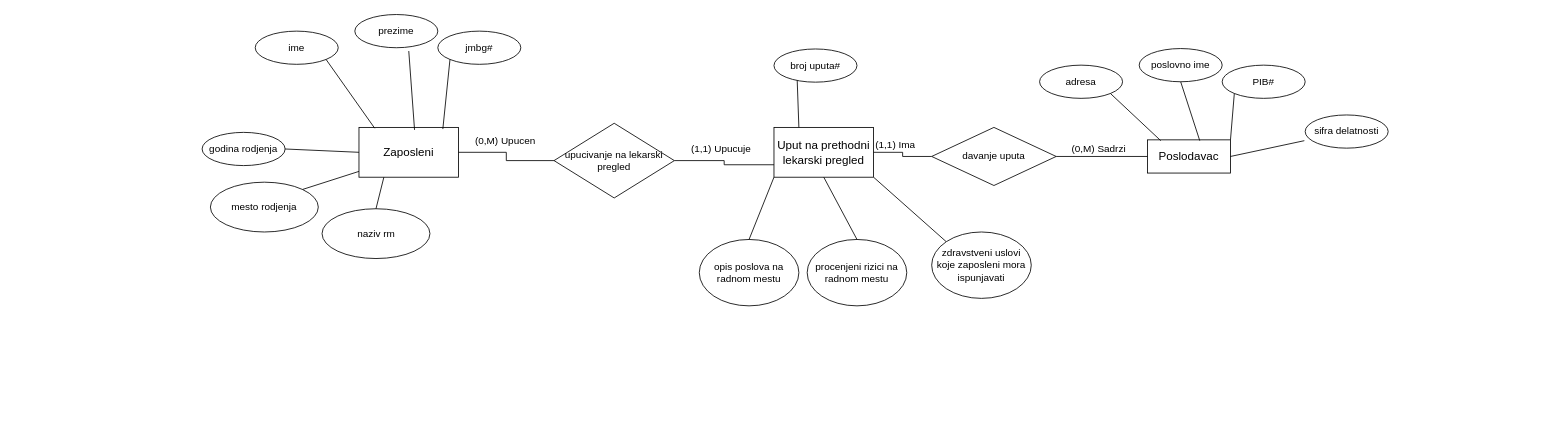
The draw.io diagram mov/uput - mov.drawio in 159753x/baze3, before the edit. Source tidied: cells renumbered, new cells numbered last; positions are measured from the earlier drawing's top-left corner, leaving out a move shared by most shapes. Both pictures are drawn from the tidied source at 83%, with x=0, y=0 at pixel (202, 14).
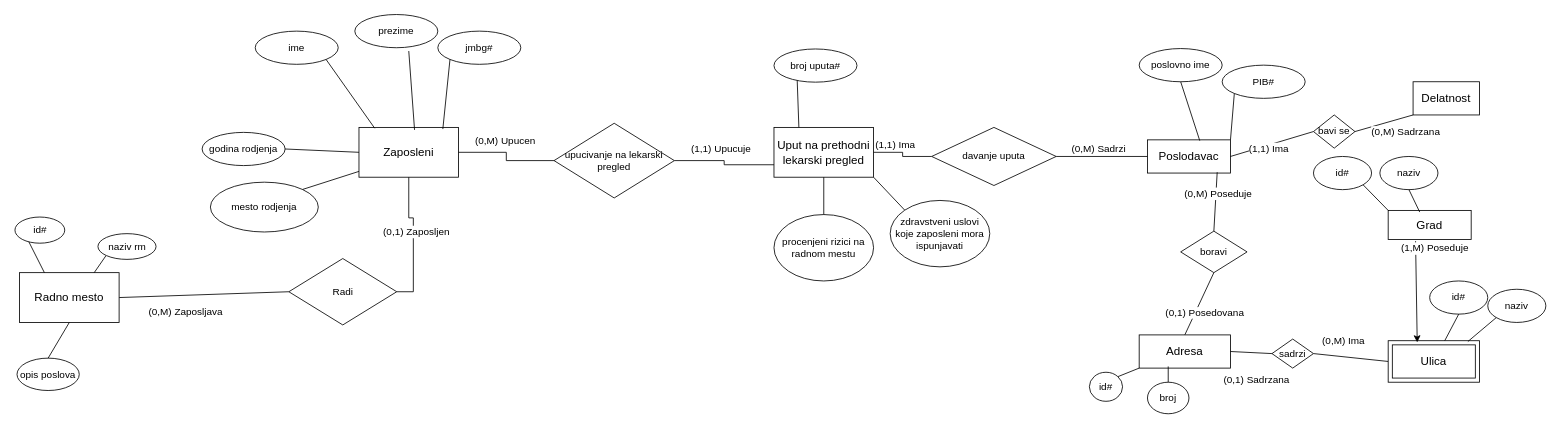
Above is the later version.

The change refers to these unchanged cells:
```xml
<mxCell id="3" value="Uput na prethodni lekarski pregled" style="rounded=0;whiteSpace=wrap;html=1;fontSize=14;" parent="1" vertex="1">
  <mxGeometry x="689" y="136" width="120" height="60" as="geometry" />
</mxCell>
<mxCell id="4" value="&lt;font style=&quot;font-size: 14px;&quot;&gt;Poslodavac&lt;/font&gt;" style="whiteSpace=wrap;html=1;align=center;" parent="1" vertex="1">
  <mxGeometry x="1139" y="151" width="100" height="40" as="geometry" />
</mxCell>
<mxCell id="20" value="Zaposleni" style="rounded=0;whiteSpace=wrap;html=1;fontSize=14;" parent="1" vertex="1">
  <mxGeometry x="189" y="136" width="120" height="60" as="geometry" />
</mxCell>
```

What changed in the source:
```diff
@@
-    <mxCell id="10" value="adresa" style="ellipse;whiteSpace=wrap;html=1;align=center;" parent="1" vertex="1">
-      <mxGeometry x="1009" y="61" width="100" height="40" as="geometry" />
-    </mxCell>
-    <mxCell id="11" style="endArrow=none;html=1;rounded=0;entryX=0.16;entryY=0.025;entryDx=0;entryDy=0;exitX=1;exitY=1;exitDx=0;exitDy=0;entryPerimeter=0;" parent="1" edge="1" source="10" target="4">
-      <mxGeometry relative="1" as="geometry" />
-    </mxCell>
@@
-    <mxCell id="18" value="sifra delatnosti" style="ellipse;whiteSpace=wrap;html=1;align=center;" parent="1" vertex="1">
-      <mxGeometry x="1329" y="121" width="100" height="40" as="geometry" />
-    </mxCell>
-    <mxCell id="19" style="endArrow=none;html=1;rounded=0;entryX=1;entryY=0.5;entryDx=0;entryDy=0;exitX=-0.01;exitY=0.775;exitDx=0;exitDy=0;exitPerimeter=0;" parent="1" edge="1" source="18" target="4">
+    <mxCell id="19" style="endArrow=none;html=1;rounded=0;entryX=1;entryY=0.5;entryDx=0;entryDy=0;exitX=0;exitY=0.5;exitDx=0;exitDy=0;" parent="1" edge="1" source="81" target="4">
       <mxGeometry relative="1" as="geometry" />
     </mxCell>
@@
-    <mxCell id="36" value="naziv rm" style="ellipse;whiteSpace=wrap;html=1;align=center;" parent="1" vertex="1">
-      <mxGeometry x="144.5" y="234" width="130" height="60" as="geometry" />
-    </mxCell>
-    <mxCell id="37" style="endArrow=none;html=1;rounded=0;entryX=0.25;entryY=1;entryDx=0;entryDy=0;exitX=0.5;exitY=0;exitDx=0;exitDy=0;" parent="1" edge="1" source="36" target="20">
-      <mxGeometry relative="1" as="geometry" />
-    </mxCell>
-    <mxCell id="38" value="opis poslova na radnom mestu" style="ellipse;whiteSpace=wrap;html=1;" parent="1" vertex="1">
-      <mxGeometry x="599" y="271" width="120" height="80" as="geometry" />
-    </mxCell>
-    <mxCell id="39" style="rounded=0;jettySize=auto;html=1;exitX=0.5;exitY=0;exitDx=0;exitDy=0;entryX=0;entryY=1;entryDx=0;entryDy=0;endArrow=none;endFill=0;" parent="1" edge="1" source="38" target="3">
-      <mxGeometry relative="1" as="geometry" />
-    </mxCell>
     <mxCell id="40" value="procenjeni rizici na radnom mestu" style="ellipse;whiteSpace=wrap;html=1;" parent="1" vertex="1">
-      <mxGeometry x="729" y="271" width="120" height="80" as="geometry" />
+      <mxGeometry x="689" y="241" width="120" height="80" as="geometry" />
     </mxCell>
@@
     <mxCell id="42" value="zdravstveni uslovi koje zaposleni mora ispunjavati" style="ellipse;whiteSpace=wrap;html=1;" parent="1" vertex="1">
-      <mxGeometry x="879" y="262" width="120" height="80" as="geometry" />
+      <mxGeometry x="829" y="224" width="120" height="80" as="geometry" />
     </mxCell>
+    <mxCell id="43" style="rounded=0;jettySize=auto;html=1;exitX=0.5;exitY=0;exitDx=0;exitDy=0;startArrow=none;startFill=0;endArrow=none;endFill=0;entryX=0.84;entryY=0.975;entryDx=0;entryDy=0;entryPerimeter=0;" parent="1" edge="1" source="46" target="4">
+      <mxGeometry relative="1" as="geometry" />
+    </mxCell>
+    <mxCell id="44" value="&lt;font style=&quot;font-size: 12px;&quot;&gt;(0,M) Poseduje&lt;/font&gt;" style="edgeLabel;html=1;align=center;verticalAlign=middle;" parent="43" vertex="1">
+      <mxGeometry x="0.3" y="-2" relative="1" as="geometry" />
+    </mxCell>
+    <mxCell id="45" style="rounded=0;jettySize=auto;html=1;exitX=0.5;exitY=1;exitDx=0;exitDy=0;startArrow=none;startFill=0;endArrow=none;endFill=0;entryX=0.5;entryY=0;entryDx=0;entryDy=0;" parent="1" edge="1" source="46" target="48">
+      <mxGeometry relative="1" as="geometry" />
+    </mxCell>
+    <mxCell id="46" value="boravi" style="rhombus;whiteSpace=wrap;html=1;" parent="1" vertex="1">
+      <mxGeometry x="1179" y="261" width="80" height="50" as="geometry" />
+    </mxCell>
+    <mxCell id="47" style="rounded=0;jettySize=auto;html=1;exitX=1;exitY=0.5;exitDx=0;exitDy=0;entryX=0;entryY=0.5;entryDx=0;entryDy=0;endArrow=none;endFill=0;" parent="1" edge="1" source="60" target="53">
+      <mxGeometry relative="1" as="geometry" />
+    </mxCell>
+    <mxCell id="48" value="&lt;font style=&quot;font-size: 14px;&quot;&gt;Adresa&lt;/font&gt;" style="rounded=0;whiteSpace=wrap;html=1;" parent="1" vertex="1">
+      <mxGeometry x="1129" y="386" width="110" height="40" as="geometry" />
+    </mxCell>
+    <mxCell id="49" value="&lt;font style=&quot;font-size: 14px;&quot;&gt;Grad&lt;/font&gt;" style="rounded=0;whiteSpace=wrap;html=1;" parent="1" vertex="1">
+      <mxGeometry x="1429" y="236" width="100" height="35" as="geometry" />
+    </mxCell>
+    <mxCell id="50" value="naziv" style="ellipse;whiteSpace=wrap;html=1;" parent="1" vertex="1">
+      <mxGeometry x="1419" y="171" width="70" height="40" as="geometry" />
+    </mxCell>
+    <mxCell id="51" style="rounded=0;jettySize=auto;html=1;exitX=1;exitY=1;exitDx=0;exitDy=0;entryX=0;entryY=0;entryDx=0;entryDy=0;endArrow=none;endFill=0;" parent="1" edge="1" source="52" target="49">
+      <mxGeometry relative="1" as="geometry" />
+    </mxCell>
+    <mxCell id="52" value="id#" style="ellipse;whiteSpace=wrap;html=1;" parent="1" vertex="1">
+      <mxGeometry x="1339" y="171" width="70" height="40" as="geometry" />
+    </mxCell>
+    <mxCell id="53" value="&lt;font style=&quot;font-size: 14px;&quot;&gt;Ulica&lt;/font&gt;" style="shape=ext;margin=3;double=1;whiteSpace=wrap;html=1;align=center;rounded=0;" parent="1" vertex="1">
+      <mxGeometry x="1429" y="393" width="110" height="50" as="geometry" />
+    </mxCell>
+    <mxCell id="54" style="rounded=0;jettySize=auto;html=1;exitX=0.33;exitY=1.057;exitDx=0;exitDy=0;entryX=0.318;entryY=0.04;entryDx=0;entryDy=0;entryPerimeter=0;exitPerimeter=0;" parent="1" edge="1" source="49" target="53">
+      <mxGeometry relative="1" as="geometry" />
+    </mxCell>
+    <mxCell id="55" value="naziv" style="ellipse;whiteSpace=wrap;html=1;" parent="1" vertex="1">
+      <mxGeometry x="1549" y="331" width="70" height="40" as="geometry" />
+    </mxCell>
+    <mxCell id="56" value="id#" style="ellipse;whiteSpace=wrap;html=1;" parent="1" vertex="1">
+      <mxGeometry x="1479" y="321" width="70" height="40" as="geometry" />
+    </mxCell>
+    <mxCell id="57" style="rounded=0;jettySize=auto;html=1;exitX=0.5;exitY=1;exitDx=0;exitDy=0;endArrow=none;endFill=0;" parent="1" edge="1" source="56" target="53">
+      <mxGeometry relative="1" as="geometry" />
+    </mxCell>
+    <mxCell id="58" style="rounded=0;jettySize=auto;html=1;exitX=0;exitY=1;exitDx=0;exitDy=0;entryX=0.873;entryY=0.02;entryDx=0;entryDy=0;entryPerimeter=0;endArrow=none;endFill=0;" parent="1" edge="1" source="55" target="53">
+      <mxGeometry relative="1" as="geometry" />
+    </mxCell>
+    <mxCell id="59" style="rounded=0;jettySize=auto;html=1;exitX=1;exitY=0.5;exitDx=0;exitDy=0;entryX=0;entryY=0.5;entryDx=0;entryDy=0;endArrow=none;endFill=0;" parent="1" edge="1" source="48" target="60">
+      <mxGeometry relative="1" as="geometry" />
+    </mxCell>
+    <mxCell id="60" value="sadrzi" style="rhombus;whiteSpace=wrap;html=1;" parent="1" vertex="1">
+      <mxGeometry x="1289" y="391" width="50" height="35" as="geometry" />
+    </mxCell>
+    <mxCell id="61" value="broj" style="ellipse;whiteSpace=wrap;html=1;" parent="1" vertex="1">
+      <mxGeometry x="1139" y="443" width="50" height="38" as="geometry" />
+    </mxCell>
+    <mxCell id="62" style="rounded=0;jettySize=auto;html=1;exitX=1;exitY=0;exitDx=0;exitDy=0;entryX=0;entryY=1;entryDx=0;entryDy=0;endArrow=none;endFill=0;" parent="1" edge="1" source="63" target="48">
+      <mxGeometry relative="1" as="geometry" />
+    </mxCell>
+    <mxCell id="63" value="id#" style="ellipse;whiteSpace=wrap;html=1;" parent="1" vertex="1">
+      <mxGeometry x="1069" y="431" width="40" height="35" as="geometry" />
+    </mxCell>
+    <mxCell id="64" style="rounded=0;jettySize=auto;html=1;exitX=0.5;exitY=0;exitDx=0;exitDy=0;entryX=0.318;entryY=0.95;entryDx=0;entryDy=0;entryPerimeter=0;endArrow=none;endFill=0;" parent="1" edge="1" source="61" target="48">
+      <mxGeometry relative="1" as="geometry" />
+    </mxCell>
+    <mxCell id="65" value="&lt;span style=&quot;color: rgb(0, 0, 0); font-family: Helvetica; font-size: 12px; font-style: normal; font-variant-ligatures: normal; font-variant-caps: normal; font-weight: 400; letter-spacing: normal; orphans: 2; text-align: center; text-indent: 0px; text-transform: none; widows: 2; word-spacing: 0px; -webkit-text-stroke-width: 0px; background-color: rgb(255, 255, 255); text-decoration-thickness: initial; text-decoration-style: initial; text-decoration-color: initial; float: none; display: inline !important;&quot;&gt;(0,1) Posedovana&lt;/span&gt;" style="text;whiteSpace=wrap;html=1;" parent="1" vertex="1">
+      <mxGeometry x="1159" y="346" width="110" height="25" as="geometry" />
+    </mxCell>
+    <mxCell id="66" value="&lt;font style=&quot;font-size: 12px;&quot;&gt;(0,M) Ima&lt;/font&gt;" style="edgeLabel;html=1;align=center;verticalAlign=middle;" parent="1" vertex="1">
+      <mxGeometry x="1374" y="393" as="geometry" />
+    </mxCell>
+    <mxCell id="67" value="&lt;span style=&quot;color: rgb(0, 0, 0); font-family: Helvetica; font-size: 12px; font-style: normal; font-variant-ligatures: normal; font-variant-caps: normal; font-weight: 400; letter-spacing: normal; orphans: 2; text-align: center; text-indent: 0px; text-transform: none; widows: 2; word-spacing: 0px; -webkit-text-stroke-width: 0px; background-color: rgb(255, 255, 255); text-decoration-thickness: initial; text-decoration-style: initial; text-decoration-color: initial; float: none; display: inline !important;&quot;&gt;(0,1) Sadrzana&lt;/span&gt;" style="text;whiteSpace=wrap;html=1;" parent="1" vertex="1">
+      <mxGeometry x="1229" y="426" width="110" height="25" as="geometry" />
+    </mxCell>
+    <mxCell id="68" style="rounded=0;jettySize=auto;html=1;exitX=0.5;exitY=1;exitDx=0;exitDy=0;entryX=0.38;entryY=0.057;entryDx=0;entryDy=0;entryPerimeter=0;endArrow=none;endFill=0;" parent="1" edge="1" source="50" target="49">
+      <mxGeometry relative="1" as="geometry" />
+    </mxCell>
+    <mxCell id="69" style="rounded=0;jettySize=auto;html=1;exitX=1;exitY=0.5;exitDx=0;exitDy=0;entryX=0;entryY=0.5;entryDx=0;entryDy=0;endArrow=none;endFill=0;" parent="1" edge="1" source="74" target="70">
+      <mxGeometry relative="1" as="geometry" />
+    </mxCell>
+    <mxCell id="70" value="Radi" style="rhombus;whiteSpace=wrap;html=1;" parent="1" vertex="1">
+      <mxGeometry x="104.5" y="294" width="130" height="80" as="geometry" />
+    </mxCell>
+    <mxCell id="71" style="edgeStyle=orthogonalEdgeStyle;rounded=0;jettySize=auto;html=1;exitX=1;exitY=0.5;exitDx=0;exitDy=0;endArrow=none;endFill=0;" parent="1" edge="1" source="70" target="20">
+      <mxGeometry relative="1" as="geometry" />
+    </mxCell>
+    <mxCell id="72" value="(0,M) Zaposljava" style="edgeLabel;html=1;align=center;verticalAlign=middle;fontSize=12;" parent="1" vertex="1">
+      <mxGeometry x="-5.5" y="364" as="geometry">
+        <mxPoint x="-15" y="-6" as="offset" />
+      </mxGeometry>
+    </mxCell>
+    <mxCell id="73" value="(0,1) Zaposljen" style="edgeLabel;html=1;align=center;verticalAlign=middle;fontSize=12;" parent="1" vertex="1">
+      <mxGeometry x="274.5" y="264" as="geometry">
+        <mxPoint x="-17" y="-3" as="offset" />
+      </mxGeometry>
+    </mxCell>
+    <mxCell id="74" value="Radno mesto" style="rounded=0;whiteSpace=wrap;html=1;fontSize=14;" parent="1" vertex="1">
+      <mxGeometry x="-220" y="311" width="120" height="60" as="geometry" />
+    </mxCell>
+    <mxCell id="75" value="id#" style="ellipse;whiteSpace=wrap;html=1;align=center;" parent="1" vertex="1">
+      <mxGeometry x="-225.5" y="244" width="60" height="31.5" as="geometry" />
+    </mxCell>
+    <mxCell id="76" style="endArrow=none;html=1;rounded=0;entryX=0.25;entryY=0;entryDx=0;entryDy=0;exitX=0.28;exitY=0.95;exitDx=0;exitDy=0;exitPerimeter=0;" parent="1" edge="1" source="75" target="74">
+      <mxGeometry relative="1" as="geometry" />
+    </mxCell>
+    <mxCell id="77" value="opis poslova" style="ellipse;whiteSpace=wrap;html=1;" parent="1" vertex="1">
+      <mxGeometry x="-223" y="414" width="75" height="39" as="geometry" />
+    </mxCell>
+    <mxCell id="78" style="rounded=0;jettySize=auto;html=1;exitX=0.5;exitY=0;exitDx=0;exitDy=0;entryX=0.5;entryY=1;entryDx=0;entryDy=0;endArrow=none;endFill=0;" parent="1" edge="1" source="77" target="74">
+      <mxGeometry relative="1" as="geometry" />
+    </mxCell>
+    <mxCell id="79" style="rounded=0;jettySize=auto;html=1;exitX=0;exitY=1;exitDx=0;exitDy=0;entryX=0.75;entryY=0;entryDx=0;entryDy=0;endArrow=none;endFill=0;" parent="1" edge="1" source="36" target="74">
+      <mxGeometry relative="1" as="geometry" />
+    </mxCell>
+    <mxCell id="36" value="naziv rm" style="ellipse;whiteSpace=wrap;html=1;" parent="1" vertex="1">
+      <mxGeometry x="-125.5" y="264" width="70" height="31" as="geometry" />
+    </mxCell>
+    <mxCell id="80" style="rounded=0;jettySize=auto;html=1;exitX=1;exitY=0.5;exitDx=0;exitDy=0;entryX=0;entryY=1;entryDx=0;entryDy=0;endArrow=none;endFill=0;" parent="1" edge="1" source="81" target="82">
+      <mxGeometry relative="1" as="geometry" />
+    </mxCell>
+    <mxCell id="81" value="bavi se" style="rhombus;whiteSpace=wrap;html=1;" parent="1" vertex="1">
+      <mxGeometry x="1339" y="121" width="50" height="40" as="geometry" />
+    </mxCell>
+    <mxCell id="82" value="&lt;font style=&quot;font-size: 14px;&quot;&gt;Delatnost&lt;/font&gt;" style="rounded=0;whiteSpace=wrap;html=1;" parent="1" vertex="1">
+      <mxGeometry x="1459" y="81" width="80" height="40" as="geometry" />
+    </mxCell>
+    <mxCell id="83" value="&lt;font style=&quot;font-size: 12px;&quot;&gt;(1,1) Ima&lt;/font&gt;" style="edgeLabel;html=1;align=center;verticalAlign=middle;fontSize=12;" parent="1" vertex="1">
+      <mxGeometry x="1284" y="161" as="geometry" />
+    </mxCell>
+    <mxCell id="84" value="(0,M) Sadrzana" style="edgeLabel;html=1;align=center;verticalAlign=middle;fontSize=12;" parent="1" vertex="1">
+      <mxGeometry x="1449" y="141" as="geometry" />
+    </mxCell>
+    <mxCell id="85" value="&lt;font style=&quot;font-size: 12px;&quot;&gt;(1,M) Poseduje&lt;/font&gt;" style="edgeLabel;html=1;align=center;verticalAlign=middle;fontSize=12;" parent="1" vertex="1">
+      <mxGeometry x="1484" y="281" as="geometry" />
+    </mxCell>
```
